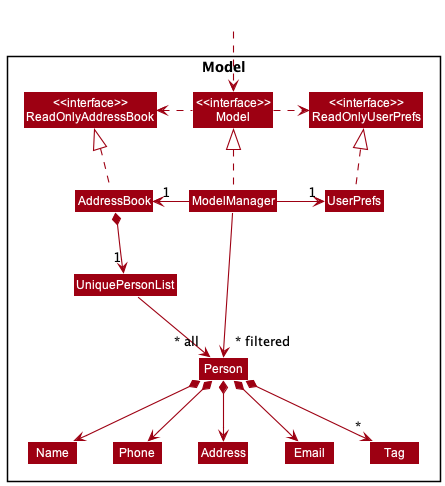
The PlantUML diagram docs/images/ModelClassDiagram.png in nus-cs2103-AY2223S2/tp, before a commit.
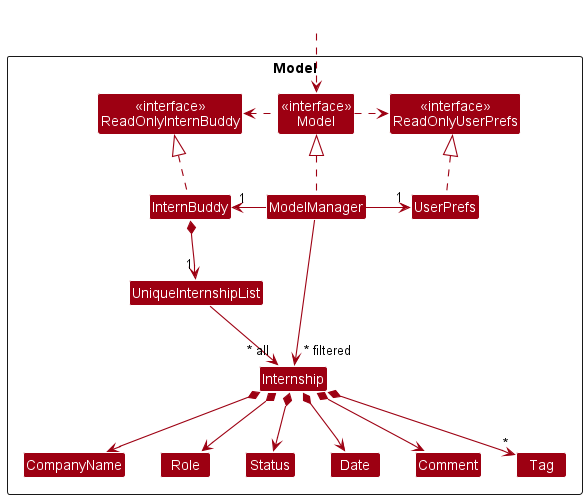
The same diagram one commit later.

Commit message:
Update Model component

Diff of the diagram source:
```diff
@@ -5,46 +5,48 @@
 skinparam classBackgroundColor MODEL_COLOR
 
 Package Model <<Rectangle>>{
-Class "<<interface>>\nReadOnlyAddressBook" as ReadOnlyAddressBook
+Class "<<interface>>\nReadOnlyInternBuddy" as ReadOnlyInternBuddy
 Class "<<interface>>\nReadOnlyUserPrefs" as ReadOnlyUserPrefs
-Class "<<interface>>\nModel" as Model
-Class AddressBook
+Class "<<interface>>\nModel" as ModelInterface
+Class InternBuddy
 Class ModelManager
 Class UserPrefs
 
-Class UniquePersonList
-Class Person
-Class Address
-Class Email
-Class Name
-Class Phone
+Class UniqueInternshipList
+Class Internship
+Class Status
+Class Date
+Class CompanyName
+Class Role
+class Comment
 Class Tag
 
 }
 
 Class HiddenOutside #FFFFFF
-HiddenOutside ..> Model
+HiddenOutside ..> ModelInterface
 
-AddressBook .up.|> ReadOnlyAddressBook
+InternBuddy .up.|> ReadOnlyInternBuddy
 
-ModelManager .up.|> Model
-Model .right.> ReadOnlyUserPrefs
-Model .left.> ReadOnlyAddressBook
-ModelManager -left-> "1" AddressBook
+ModelManager .up.|> ModelInterface
+ModelInterface .right.> ReadOnlyUserPrefs
+ModelInterface .left.> ReadOnlyInternBuddy
+ModelManager -left-> "1" InternBuddy
 ModelManager -right-> "1" UserPrefs
 UserPrefs .up.|> ReadOnlyUserPrefs
 
-AddressBook *--> "1" UniquePersonList
-UniquePersonList --> "~* all" Person
-Person *--> Name
-Person *--> Phone
-Person *--> Email
-Person *--> Address
-Person *--> "*" Tag
+InternBuddy *--> "1" UniqueInternshipList
+UniqueInternshipList --> "~* all" Internship
+Internship *--> CompanyName
+Internship *--> Role
+Internship *--> Date
+Internship *--> Status
+Internship *--> Comment
+Internship *--> "*" Tag
 
-Name -[hidden]right-> Phone
-Phone -[hidden]right-> Address
-Address -[hidden]right-> Email
+CompanyName -[hidden]right-> Role
+Role -[hidden]right-> Status
+Status -[hidden]right-> Date
 
-ModelManager -->"~* filtered" Person
+ModelManager -->"~* filtered" Internship
 @enduml
```
